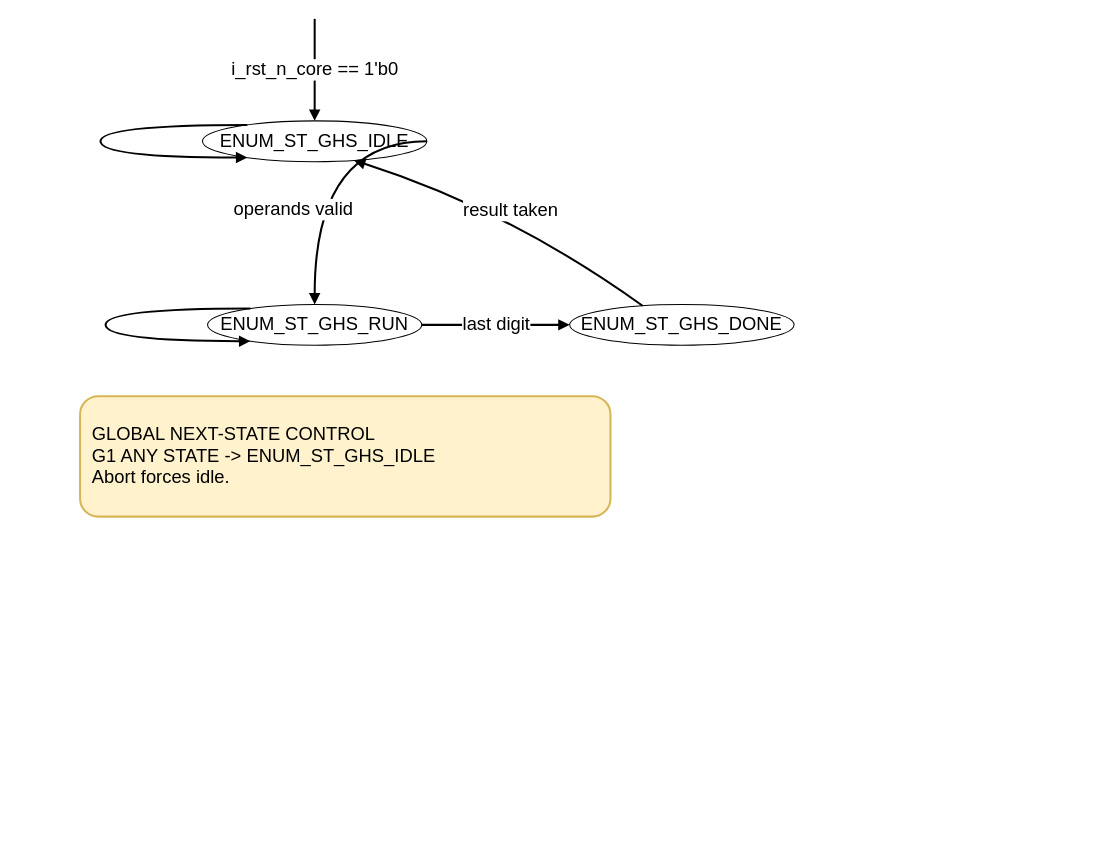
The draw.io diagram page "FSM_GHS" (1 of 2) of doc/ht_aes_gcm_acc/figures/aesgcm_fsm_ghs.drawio in nguyenquanicd/AES-128-256, before the edit. Source tidied: cells renumbered, new cells numbered last; positions are measured from the earlier drawing's top-left corner, leaving out a move shared by most shapes. Both pictures are drawn from the tidied source at 102%, with x=0, y=0 at pixel (80, 18).
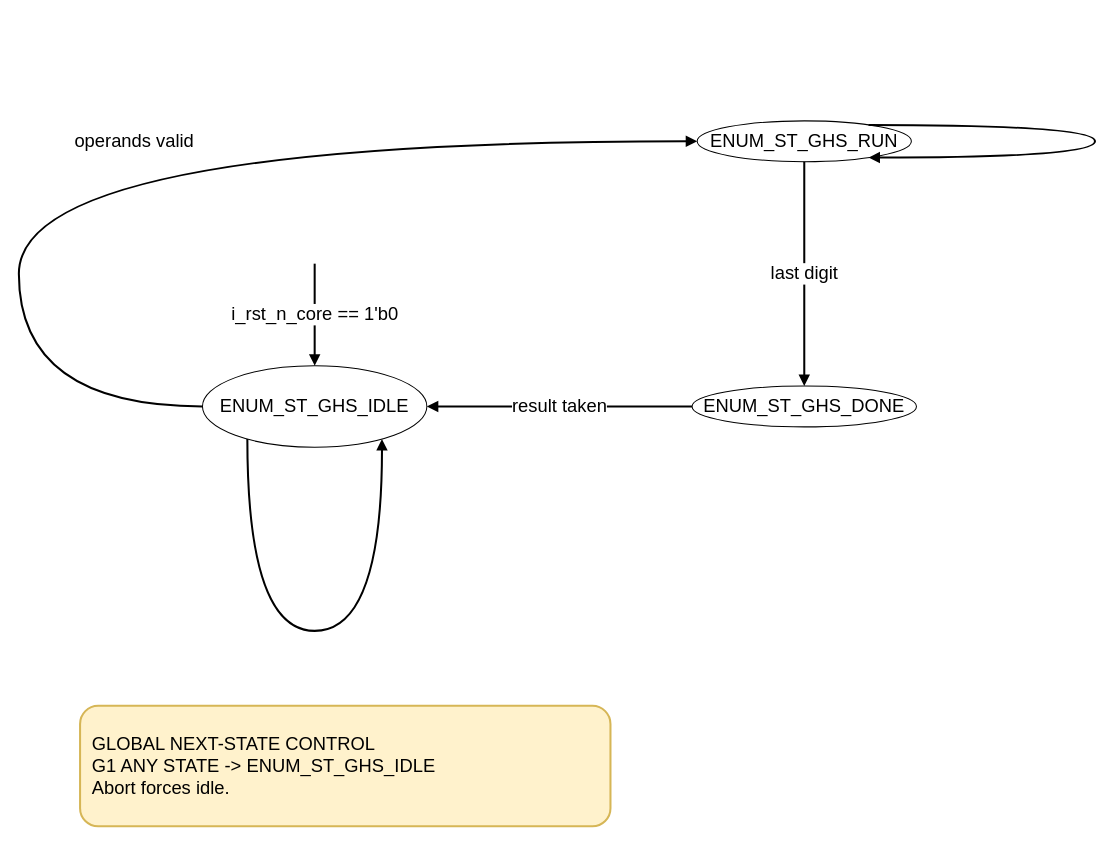
Above is the later version.

What changed in the source:
```diff
@@
     <mxCell id="2" value="ENUM_ST_GHS_IDLE" style="ellipse;whiteSpace=wrap;html=1;fontSize=18;fontColor=#000000;strokeColor=#000000;fillColor=#FFFFFF;" parent="1" vertex="1">
-      <mxGeometry x="120" y="100" width="220" height="40" as="geometry" />
+      <mxGeometry x="120" y="340" width="220" height="80" as="geometry" />
     </mxCell>
     <mxCell id="3" value="ENUM_ST_GHS_RUN" style="ellipse;whiteSpace=wrap;html=1;fontSize=18;fontColor=#000000;strokeColor=#000000;fillColor=#FFFFFF;" parent="1" vertex="1">
-      <mxGeometry x="125" y="280" width="210" height="40" as="geometry" />
+      <mxGeometry x="605" y="100" width="210" height="40" as="geometry" />
     </mxCell>
     <mxCell id="4" value="ENUM_ST_GHS_DONE" style="ellipse;whiteSpace=wrap;html=1;fontSize=18;fontColor=#000000;strokeColor=#000000;fillColor=#FFFFFF;" parent="1" vertex="1">
-      <mxGeometry x="480" y="280" width="220" height="40" as="geometry" />
+      <mxGeometry x="600" y="360" width="220" height="40" as="geometry" />
     </mxCell>
     <mxCell id="5" value="i_rst_n_core == 1'b0" style="endArrow=block;html=1;rounded=0;fontSize=18;strokeWidth=2;endFill=1;fontColor=#000000;strokeColor=#000000;fillColor=#FFFFFF;labelBackgroundColor=#FFFFFF;curved=1;entryX=0.5;entryY=0;entryPerimeter=1;" parent="1" edge="1" target="2">
       <mxGeometry relative="1" as="geometry">
-        <mxPoint x="230" as="sourcePoint" />
+        <mxPoint x="230" y="240" as="sourcePoint" />
         <Array as="points">
-          <mxPoint x="230" y="50" />
+          <mxPoint x="230" y="290" />
         </Array>
       </mxGeometry>
     </mxCell>
-    <mxCell id="6" value="result taken" style="endArrow=block;html=1;rounded=0;fontSize=18;strokeWidth=2;endFill=1;fontColor=#000000;strokeColor=#000000;fillColor=#FFFFFF;labelBackgroundColor=#FFFFFF;curved=1;entryX=0.670872;entryY=0.969897;entryPerimeter=1;exitX=0.329128;exitY=0.0301033;exitPerimeter=1;" parent="1" edge="1" source="4" target="2">
+    <mxCell id="6" value="operands valid" style="endArrow=block;html=1;rounded=0;fontSize=18;strokeWidth=2;endFill=1;fontColor=#000000;strokeColor=#000000;fillColor=#FFFFFF;labelBackgroundColor=#FFFFFF;curved=1;entryX=0;entryY=0.5;entryPerimeter=1;exitX=0;exitY=0.5;exitPerimeter=1;" parent="1" edge="1" source="2" target="3">
       <mxGeometry relative="1" as="geometry">
         <Array as="points">
-          <mxPoint x="421.2" y="187.6" />
+          <mxPoint x="-60" y="380" />
+          <mxPoint x="-60" y="120" />
         </Array>
       </mxGeometry>
     </mxCell>
-    <mxCell id="7" value="last digit" style="endArrow=block;html=1;rounded=0;fontSize=18;strokeWidth=2;endFill=1;fontColor=#000000;strokeColor=#000000;fillColor=#FFFFFF;labelBackgroundColor=#FFFFFF;curved=1;entryX=0;entryY=0.5;entryPerimeter=1;exitX=1;exitY=0.5;exitPerimeter=1;" parent="1" edge="1" source="3" target="4">
+    <mxCell id="7" value="result taken" style="endArrow=block;html=1;rounded=0;fontSize=18;strokeWidth=2;endFill=1;fontColor=#000000;strokeColor=#000000;fillColor=#FFFFFF;labelBackgroundColor=#FFFFFF;curved=1;entryX=1;entryY=0.5;entryPerimeter=1;exitX=0;exitY=0.5;exitPerimeter=1;" parent="1" edge="1" source="4" target="2">
       <mxGeometry relative="1" as="geometry">
         <Array as="points">
-          <mxPoint x="410" y="300" />
+          <mxPoint x="470" y="380" />
         </Array>
       </mxGeometry>
     </mxCell>
-    <mxCell id="8" value="operands valid" style="endArrow=block;html=1;rounded=0;fontSize=18;strokeWidth=2;endFill=1;fontColor=#000000;strokeColor=#000000;fillColor=#FFFFFF;labelBackgroundColor=#FFFFFF;curved=1;entryX=0.5;entryY=0;entryPerimeter=1;exitX=1;exitY=0.5;exitPerimeter=1;" parent="1" edge="1" source="2" target="3">
+    <mxCell id="8" value="last digit" style="endArrow=block;html=1;rounded=0;fontSize=18;strokeWidth=2;endFill=1;fontColor=#000000;strokeColor=#000000;fillColor=#FFFFFF;labelBackgroundColor=#FFFFFF;curved=1;entryX=0.5;entryY=0;entryPerimeter=1;exitX=0.5;exitY=1;exitPerimeter=1;" parent="1" edge="1" source="3" target="4">
       <mxGeometry relative="1" as="geometry">
         <Array as="points">
-          <mxPoint x="230" y="120" />
+          <mxPoint x="710" y="250" />
         </Array>
-        <mxPoint x="-21.1" y="42.4" as="offset" />
       </mxGeometry>
     </mxCell>
-    <mxCell id="9" style="endArrow=block;html=1;rounded=0;fontSize=18;strokeWidth=2;endFill=1;fontColor=#000000;strokeColor=#000000;fillColor=#FFFFFF;labelBackgroundColor=#FFFFFF;curved=1;entryX=0.2;entryY=0.9;entryPerimeter=1;exitX=0.2;exitY=0.1;exitPerimeter=1;" parent="1" edge="1" source="2" target="2">
+    <mxCell id="9" style="endArrow=block;html=1;rounded=0;fontSize=18;strokeWidth=2;endFill=1;fontColor=#000000;strokeColor=#000000;fillColor=#FFFFFF;labelBackgroundColor=#FFFFFF;curved=1;entryX=0.8;entryY=0.9;entryPerimeter=1;exitX=0.2;exitY=0.9;exitPerimeter=1;" parent="1" edge="1" source="2" target="2">
       <mxGeometry relative="1" as="geometry">
         <Array as="points">
-          <mxPoint x="20" y="104" />
-          <mxPoint x="20" y="136" />
+          <mxPoint x="164" y="600" />
+          <mxPoint x="296" y="600" />
         </Array>
       </mxGeometry>
     </mxCell>
-    <mxCell id="10" style="endArrow=block;html=1;rounded=0;fontSize=18;strokeWidth=2;endFill=1;fontColor=#000000;strokeColor=#000000;fillColor=#FFFFFF;labelBackgroundColor=#FFFFFF;curved=1;entryX=0.2;entryY=0.9;entryPerimeter=1;exitX=0.2;exitY=0.1;exitPerimeter=1;" parent="1" edge="1" source="3" target="3">
+    <mxCell id="10" style="endArrow=block;html=1;rounded=0;fontSize=18;strokeWidth=2;endFill=1;fontColor=#000000;strokeColor=#000000;fillColor=#FFFFFF;labelBackgroundColor=#FFFFFF;curved=1;entryX=0.8;entryY=0.9;entryPerimeter=1;exitX=0.8;exitY=0.1;exitPerimeter=1;" parent="1" edge="1" source="3" target="3">
       <mxGeometry relative="1" as="geometry">
         <Array as="points">
-          <mxPoint x="25" y="284" />
-          <mxPoint x="25" y="316" />
+          <mxPoint x="995" y="104" />
+          <mxPoint x="995" y="136" />
         </Array>
       </mxGeometry>
     </mxCell>
     <mxCell id="11" value="GLOBAL NEXT-STATE CONTROL&lt;br&gt;G1  ANY STATE -&amp;gt; ENUM_ST_GHS_IDLE&lt;br&gt;Abort forces idle." style="rounded=1;whiteSpace=wrap;html=1;align=left;verticalAlign=middle;spacing=12;fillColor=#FFF2CC;strokeColor=#D6B656;strokeWidth=2;fontSize=18;fontColor=#000000;" parent="1" vertex="1">
-      <mxGeometry y="370" width="520" height="118" as="geometry" />
+      <mxGeometry y="673.5" width="520" height="118" as="geometry" />
     </mxCell>
```
